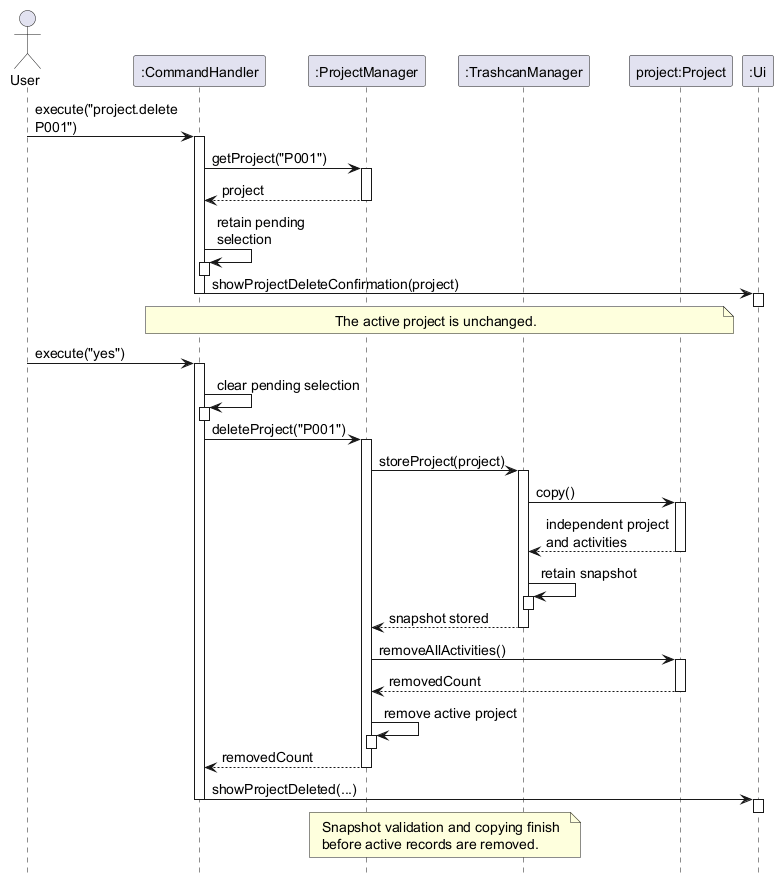
Above: docs/images/ProjectDeletionSequenceDiagram.png in AY2627S1-CS2113-T10-3/tp (PlantUML), before the change.
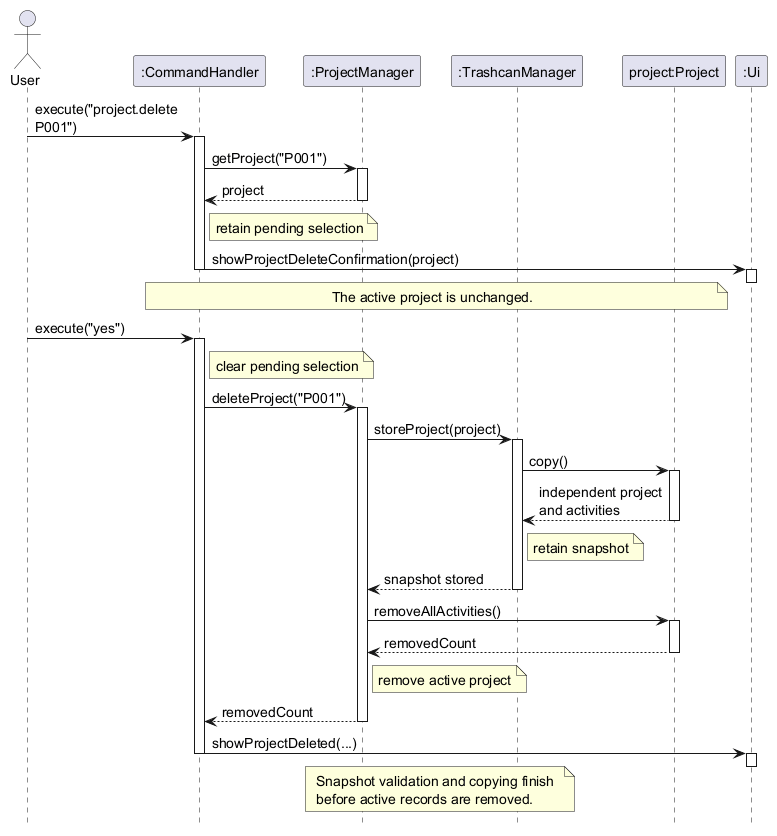
The same file after the commit.

Diff of the diagram source:
```diff
@@ -16,9 +16,9 @@
 activate PM
 PM --> CH : project
 deactivate PM
-CH -> CH : retain pending selection
-activate CH
-deactivate CH
+note right of CH
+  retain pending selection
+end note
 CH -> UI : showProjectDeleteConfirmation(project)
 activate UI
 deactivate UI
@@ -30,9 +30,9 @@
 
 User -> CH : execute("yes")
 activate CH
-CH -> CH : clear pending selection
-activate CH
-deactivate CH
+note right of CH
+  clear pending selection
+end note
 CH -> PM : deleteProject("P001")
 activate PM
 PM -> TM : storeProject(project)
@@ -41,18 +41,18 @@
 activate P
 P --> TM : independent project and activities
 deactivate P
-TM -> TM : retain snapshot
-activate TM
-deactivate TM
+note right of TM
+  retain snapshot
+end note
 TM --> PM : snapshot stored
 deactivate TM
 PM -> P : removeAllActivities()
 activate P
 P --> PM : removedCount
 deactivate P
-PM -> PM : remove active project
-activate PM
-deactivate PM
+note right of PM
+  remove active project
+end note
 PM --> CH : removedCount
 deactivate PM
 CH -> UI : showProjectDeleted(...)
```
